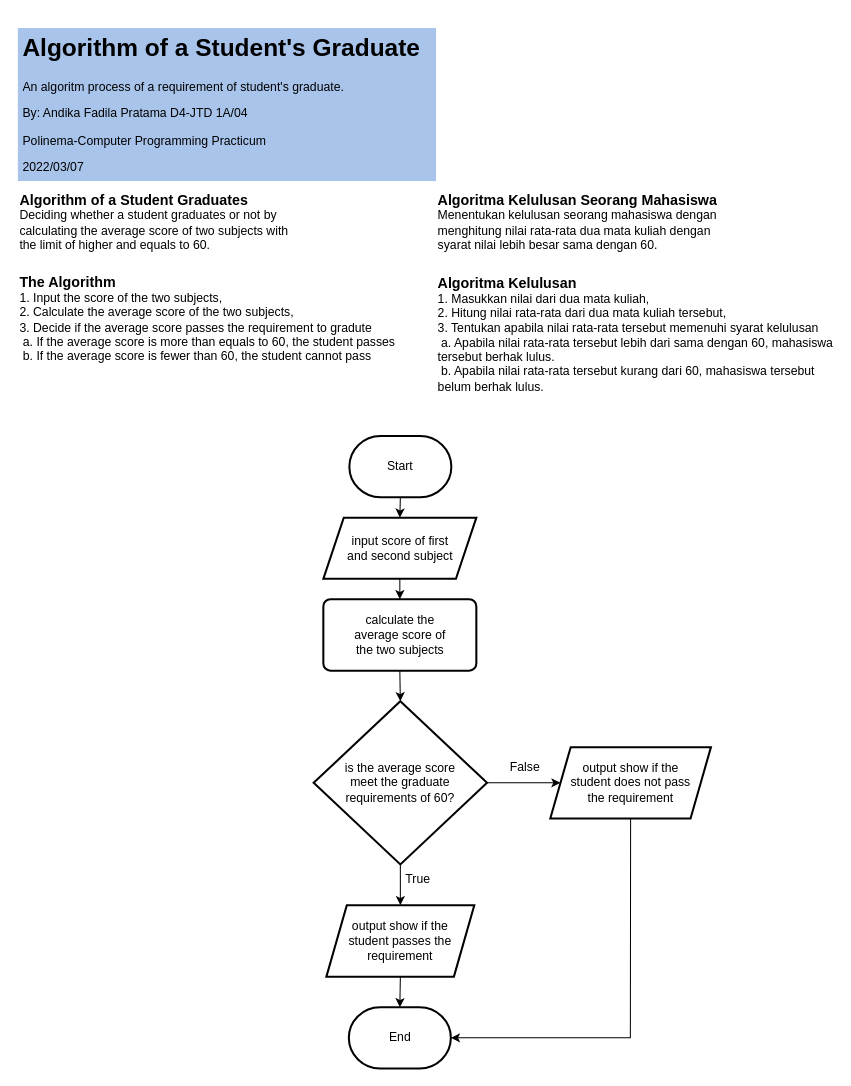
Before: Algorithm of a Student's Graduate.drawio in troders34/troders34, a draw.io diagram. Source tidied: cells renumbered, new cells numbered last; positions are measured from the earlier drawing's top-left corner, leaving out a move shared by most shapes. Both pictures are drawn from the tidied source at 102%, with x=0, y=0 at pixel (17, 28).
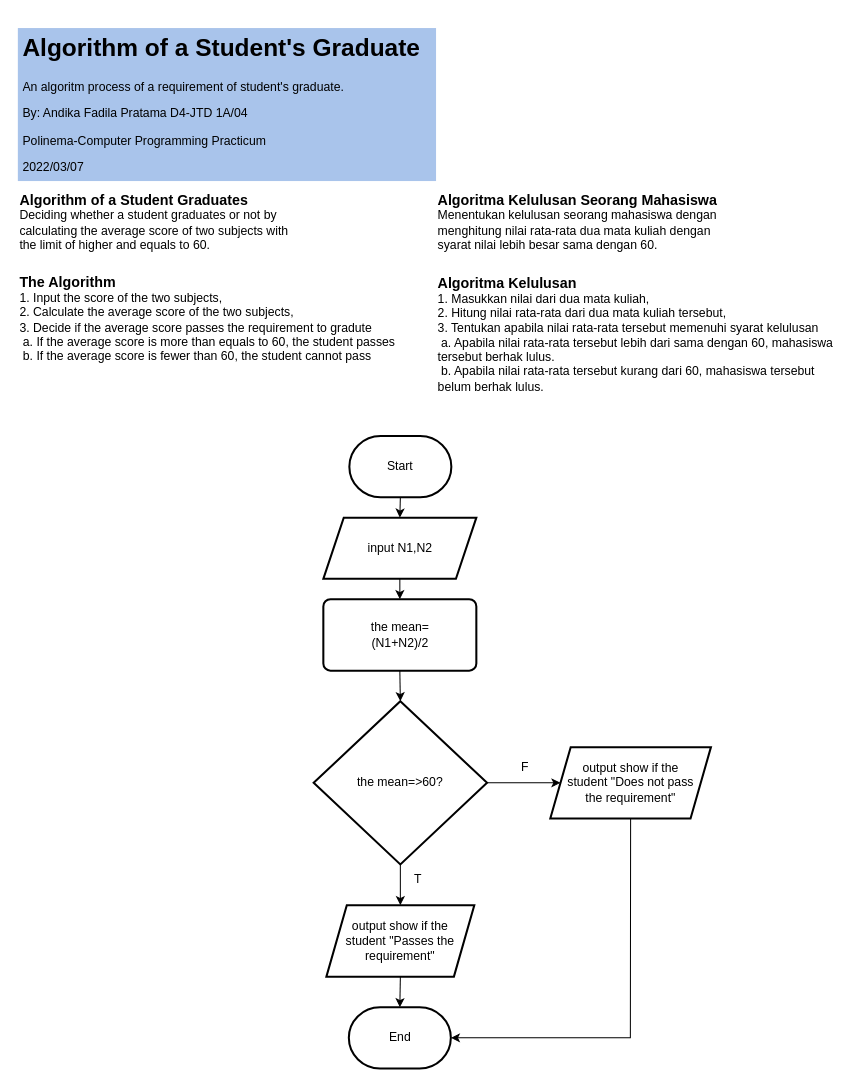
Above is the later version.

Diff of the diagram source:
```diff
@@
-    <mxCell id="10" value="input score of first and second subject " style="text;html=1;strokeColor=none;fillColor=none;align=center;verticalAlign=middle;whiteSpace=wrap;rounded=0;fontSize=12;" parent="1" vertex="1">
+    <mxCell id="10" value="input N1,N2" style="text;html=1;strokeColor=none;fillColor=none;align=center;verticalAlign=middle;whiteSpace=wrap;rounded=0;fontSize=12;" parent="1" vertex="1">
       <mxGeometry x="319.5" y="495" width="110" height="30" as="geometry" />
     </mxCell>
@@
-    <mxCell id="13" value="calculate the average score of the two subjects" style="text;html=1;strokeColor=none;fillColor=none;align=center;verticalAlign=middle;whiteSpace=wrap;rounded=0;fontSize=12;" parent="1" vertex="1">
+    <mxCell id="13" value="the mean=(N1+N2)/2" style="text;html=1;strokeColor=none;fillColor=none;align=center;verticalAlign=middle;whiteSpace=wrap;rounded=0;fontSize=12;" parent="1" vertex="1">
       <mxGeometry x="320" y="580" width="110" height="30" as="geometry" />
     </mxCell>
@@
-    <mxCell id="15" value="is the average score meet the graduate requirements of 60?" style="text;html=1;strokeColor=none;fillColor=none;align=center;verticalAlign=middle;whiteSpace=wrap;rounded=0;fontSize=12;" parent="1" vertex="1">
-      <mxGeometry x="314.5" y="725" width="120" height="30" as="geometry" />
+    <mxCell id="15" value="the mean=&amp;gt;60?" style="text;html=1;strokeColor=none;fillColor=none;align=center;verticalAlign=middle;whiteSpace=wrap;rounded=0;fontSize=12;" parent="1" vertex="1">
+      <mxGeometry x="315" y="725" width="120" height="30" as="geometry" />
     </mxCell>
@@
-    <mxCell id="19" value="output show if the student passes the requirement" style="text;html=1;strokeColor=none;fillColor=none;align=center;verticalAlign=middle;whiteSpace=wrap;rounded=0;fontSize=12;" parent="1" vertex="1">
+    <mxCell id="19" value="output show if the student &quot;Passes the requirement&quot;" style="text;html=1;strokeColor=none;fillColor=none;align=center;verticalAlign=middle;whiteSpace=wrap;rounded=0;fontSize=12;" parent="1" vertex="1">
       <mxGeometry x="320" y="870" width="110" height="50" as="geometry" />
     </mxCell>
-    <mxCell id="20" value="True" style="text;html=1;strokeColor=none;fillColor=none;align=center;verticalAlign=middle;whiteSpace=wrap;rounded=0;fontSize=12;" parent="1" vertex="1">
+    <mxCell id="20" value="T" style="text;html=1;strokeColor=none;fillColor=none;align=center;verticalAlign=middle;whiteSpace=wrap;rounded=0;fontSize=12;" parent="1" vertex="1">
       <mxGeometry x="374.5" y="820" width="35" height="30" as="geometry" />
     </mxCell>
@@
-    <mxCell id="23" value="output show if the student does not pass the requirement" style="text;html=1;strokeColor=none;fillColor=none;align=center;verticalAlign=middle;whiteSpace=wrap;rounded=0;fontSize=12;" parent="1" vertex="1">
+    <mxCell id="23" value="output show if the student &quot;Does not pass the requirement&quot;" style="text;html=1;strokeColor=none;fillColor=none;align=center;verticalAlign=middle;whiteSpace=wrap;rounded=0;fontSize=12;" parent="1" vertex="1">
       <mxGeometry x="535.8" y="715" width="130" height="50" as="geometry" />
     </mxCell>
@@
-    <mxCell id="28" value="False" style="text;html=1;strokeColor=none;fillColor=none;align=center;verticalAlign=middle;whiteSpace=wrap;rounded=0;fontSize=12;" parent="1" vertex="1">
+    <mxCell id="28" value="F" style="text;html=1;strokeColor=none;fillColor=none;align=center;verticalAlign=middle;whiteSpace=wrap;rounded=0;fontSize=12;" parent="1" vertex="1">
       <mxGeometry x="479.5" y="710" width="35" height="30" as="geometry" />
     </mxCell>
```
